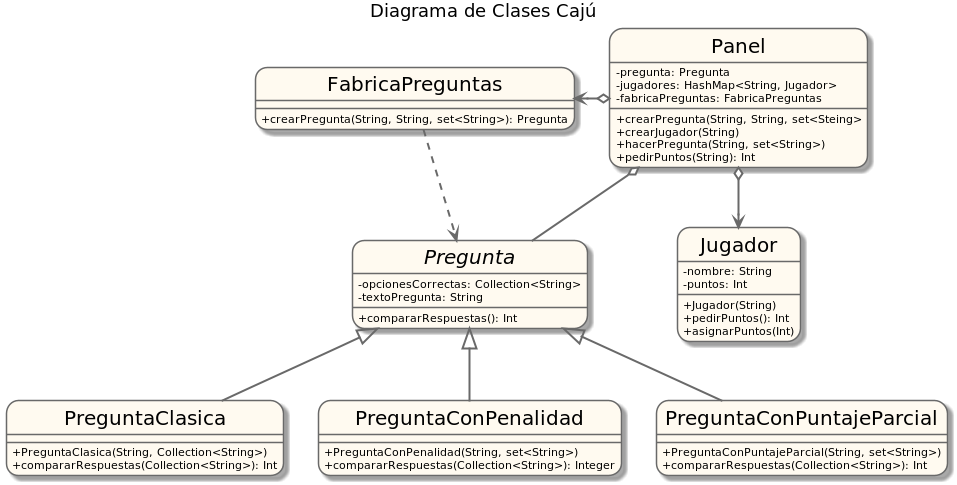
Earlier version of the PlantUML export UML/Diagrama de clases/DiagramaDeClases.png (fvazquezf/TP_2_Algo_3).
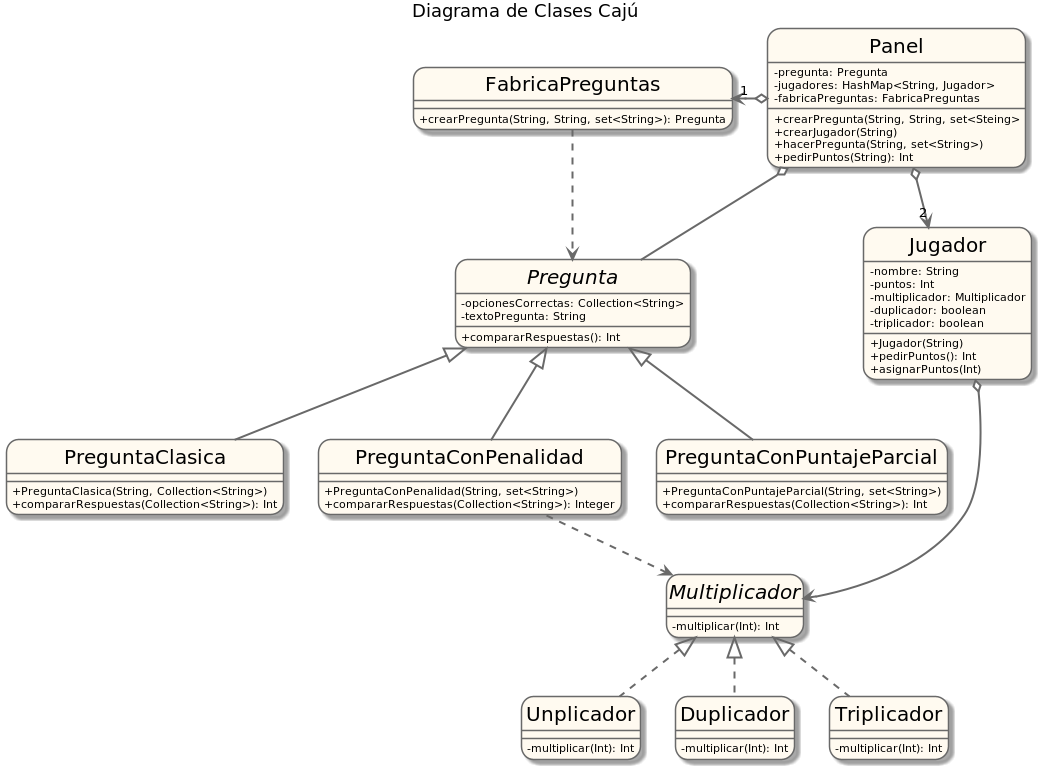
After the commit.

Commit message:
Se actualizan los diagramas

The edit, as a diff of the source:
```diff
@@ -31,6 +31,9 @@
 class Jugador{
         - nombre: String
         - puntos: Int
+        - multiplicador: Multiplicador
+        - duplicador: boolean
+        - triplicador: boolean
         + Jugador(String)
         + pedirPuntos(): Int
         + asignarPuntos(Int)
@@ -58,12 +61,33 @@
         + compararRespuestas(Collection<String>): Int
 }
 
-Panel o--> Jugador
+interface Multiplicador{
+        - multiplicar(Int): Int
+}
+
+class Unplicador{
+        - multiplicar(Int): Int
+}
+
+class Duplicador{
+        - multiplicar(Int): Int
+}
+
+class Triplicador{
+        - multiplicar(Int): Int
+}
+
+Panel o-->"2" Jugador
 Panel o-- Pregunta
-Panel o-left-> FabricaPreguntas
+Panel o-left->"1" FabricaPreguntas
 FabricaPreguntas ..> Pregunta
 PreguntaClasica -up-|> Pregunta
 PreguntaConPenalidad -up-|> Pregunta
 PreguntaConPuntajeParcial -up-|> Pregunta
+Unplicador .up.|> Multiplicador
+Duplicador .up.|> Multiplicador
+Triplicador .up.|> Multiplicador
+Jugador o--> Multiplicador
+PreguntaConPenalidad ..> Multiplicador
 
 @enduml
```
